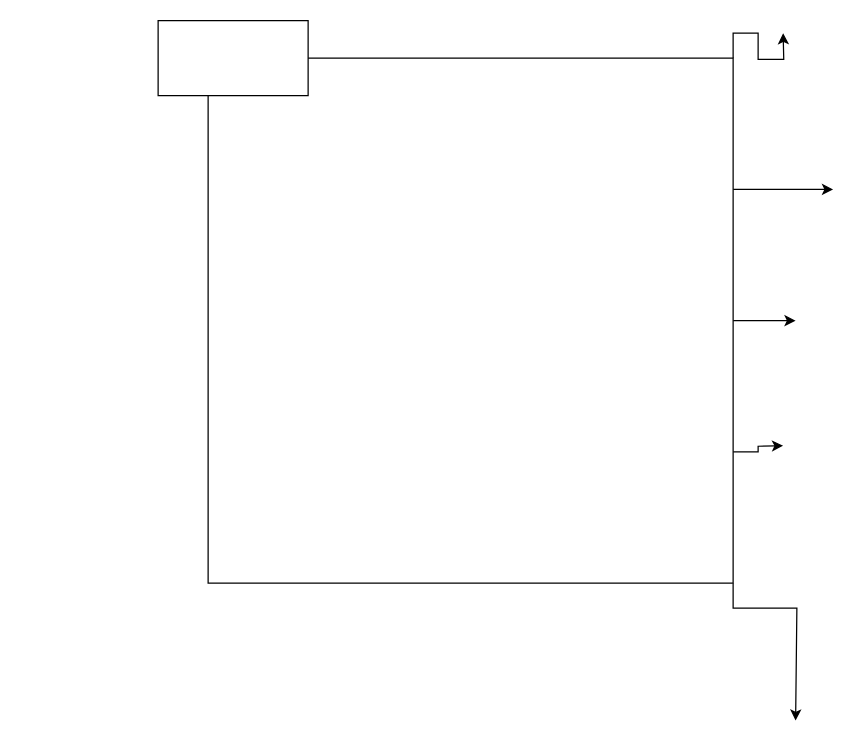
Earlier version of the draw.io diagram diagrams/osrservice.drawio (jokerz5575/osrdiagram). Source tidied: cells renumbered, new cells numbered last; positions are measured from the earlier drawing's top-left corner, leaving out a move shared by most shapes. Both pictures are drawn from the tidied source at 125%, with x=0, y=0 at pixel (158, 20).
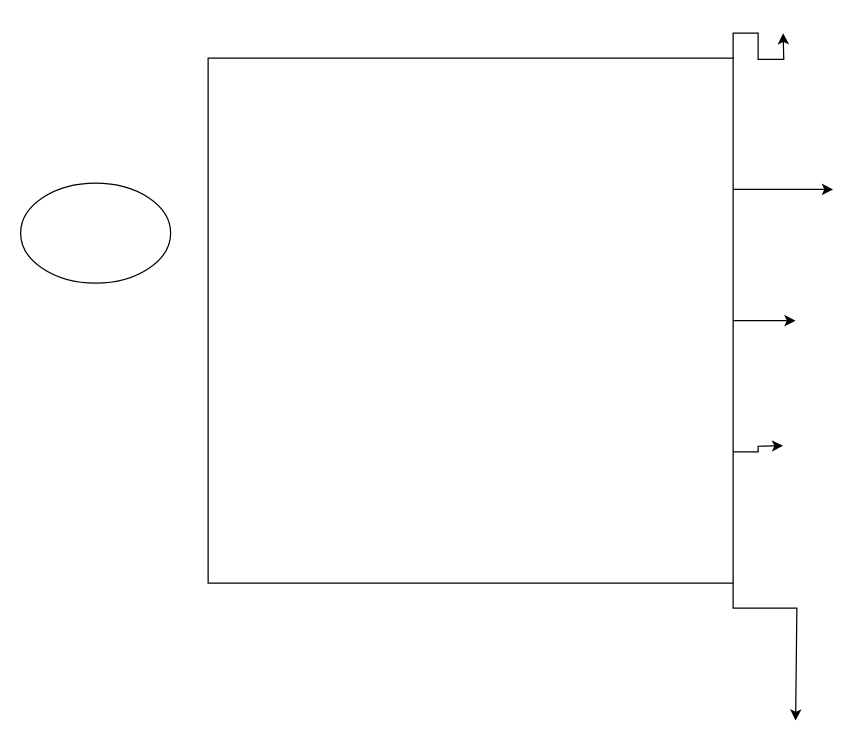
Above is the later version.

The edit, as a diff of the source:
```diff
@@
 <mxGraphModel>
   <root>
     <mxCell id="0" />
     <mxCell id="1" parent="0" />
     <mxCell id="2" style="edgeStyle=orthogonalEdgeStyle;rounded=0;jettySize=auto;html=1;exitX=1;exitY=0;exitDx=0;exitDy=0;" parent="1" edge="1" source="7">
       <mxGeometry relative="1" as="geometry">
         <mxPoint x="500" y="10" as="targetPoint" />
       </mxGeometry>
     </mxCell>
     <mxCell id="3" style="edgeStyle=orthogonalEdgeStyle;rounded=0;jettySize=auto;html=1;exitX=1;exitY=0.25;exitDx=0;exitDy=0;" parent="1" edge="1" source="7">
       <mxGeometry relative="1" as="geometry">
         <mxPoint x="540" y="135" as="targetPoint" />
       </mxGeometry>
     </mxCell>
     <mxCell id="4" style="edgeStyle=orthogonalEdgeStyle;rounded=0;jettySize=auto;html=1;exitX=1;exitY=0.5;exitDx=0;exitDy=0;" parent="1" edge="1" source="7">
       <mxGeometry relative="1" as="geometry">
         <mxPoint x="510" y="240" as="targetPoint" />
       </mxGeometry>
     </mxCell>
     <mxCell id="5" style="edgeStyle=orthogonalEdgeStyle;rounded=0;jettySize=auto;html=1;exitX=1;exitY=0.75;exitDx=0;exitDy=0;" parent="1" edge="1" source="7">
       <mxGeometry relative="1" as="geometry">
         <mxPoint x="500" y="340" as="targetPoint" />
       </mxGeometry>
     </mxCell>
     <mxCell id="6" style="edgeStyle=orthogonalEdgeStyle;rounded=0;jettySize=auto;html=1;exitX=1;exitY=1;exitDx=0;exitDy=0;" parent="1" edge="1" source="7">
       <mxGeometry relative="1" as="geometry">
         <mxPoint x="510" y="560" as="targetPoint" />
         <Array as="points">
           <mxPoint x="460" y="470" />
           <mxPoint x="511" y="470" />
         </Array>
       </mxGeometry>
     </mxCell>
     <mxCell id="7" style="whiteSpace=wrap;html=1;" parent="1" vertex="1">
       <mxGeometry x="40" y="30" width="420" height="420" as="geometry" />
     </mxCell>
-    <mxCell id="8" style="rounded=0;whiteSpace=wrap;html=1;" parent="1" vertex="1">
-      <mxGeometry width="120" height="60" as="geometry" />
-    </mxCell>
+    <mxCell id="9" style="ellipse;whiteSpace=wrap;html=1;" parent="1" vertex="1">
+      <mxGeometry x="-110" y="130" width="120" height="80" as="geometry" />
+    </mxCell>
   </root>
 </mxGraphModel>
```
